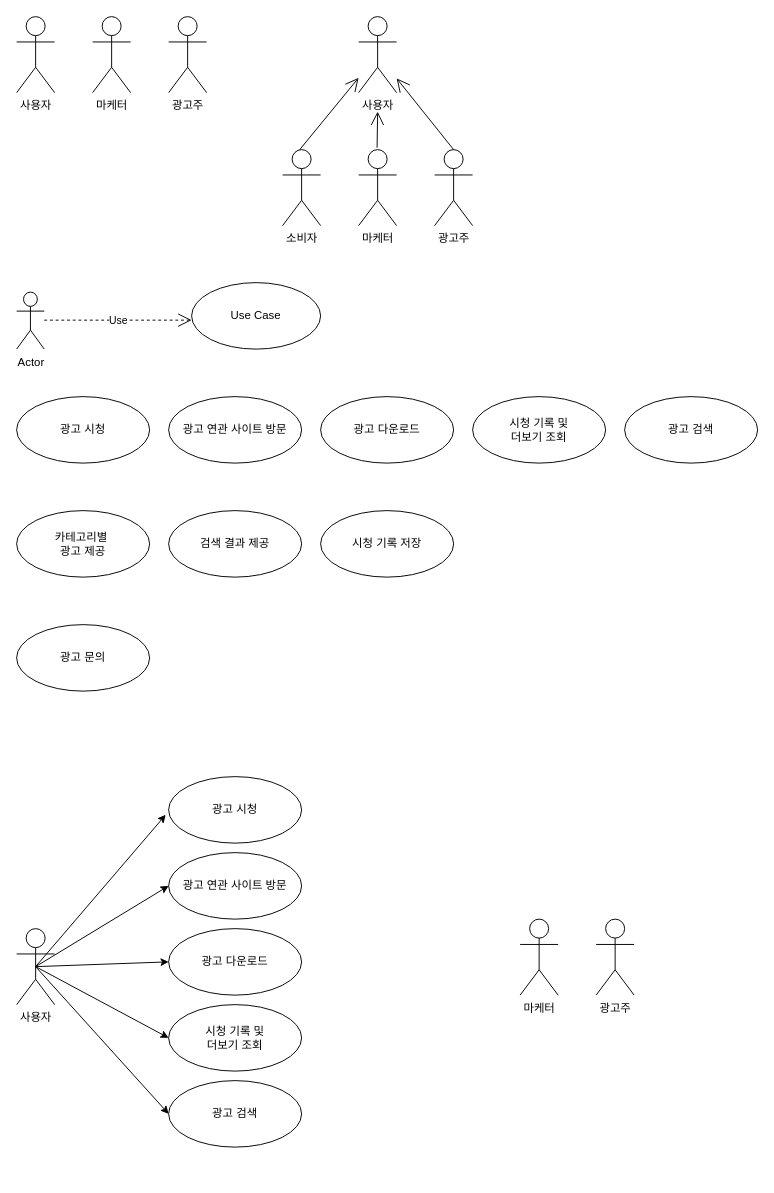
Above: Untitled Diagram.drawio in LEESEONGBOK1214/LSB-Files (draw.io), before the change. Source tidied: cells renumbered, new cells numbered last; positions are measured from the earlier drawing's top-left corner, leaving out a move shared by most shapes. Both pictures are drawn from the tidied source at 95%, with x=0, y=0 at pixel (16, 16).
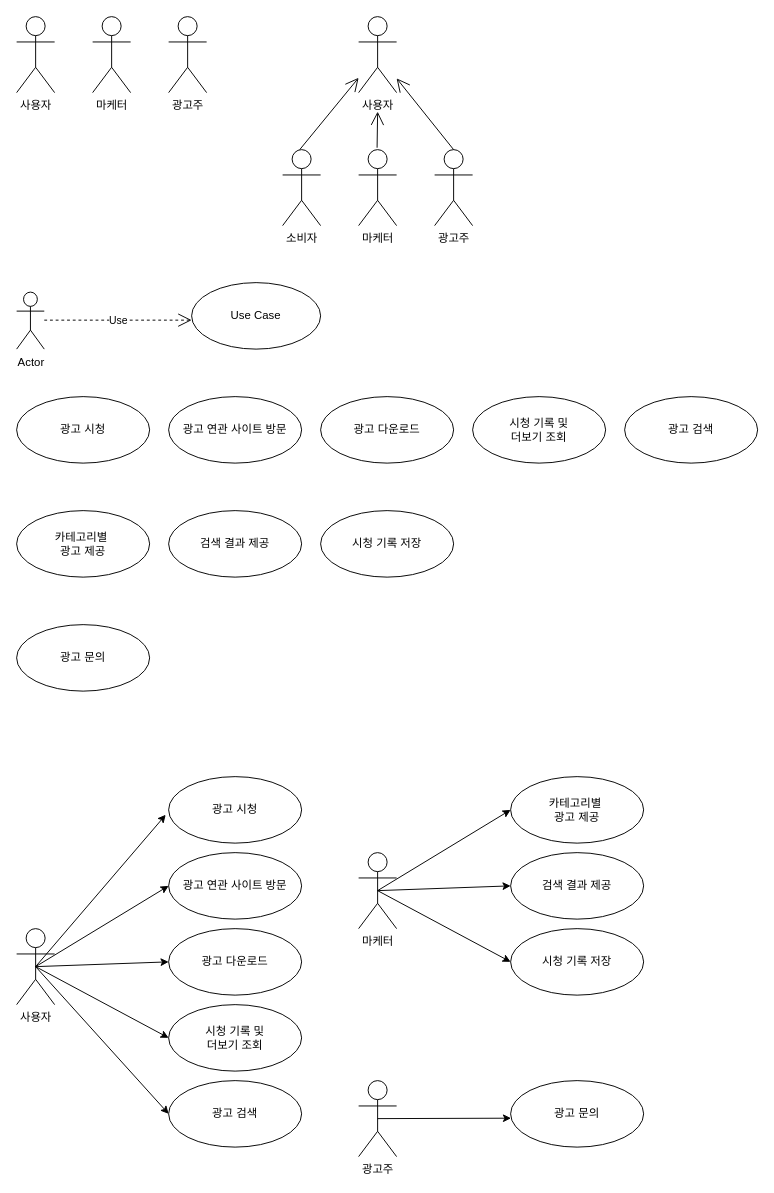
The same diagram, later.

Commit message:
개별 유스케이스 다이어그램.drawio

Change to the diagram source:
```diff
@@
     <mxCell id="26" value="마케터" style="shape=umlActor;verticalLabelPosition=bottom;verticalAlign=top;html=1;" parent="1" vertex="1">
-      <mxGeometry x="530" y="950" width="40" height="80" as="geometry" />
+      <mxGeometry x="360" y="880" width="40" height="80" as="geometry" />
     </mxCell>
     <mxCell id="27" value="광고주" style="shape=umlActor;verticalLabelPosition=bottom;verticalAlign=top;html=1;" parent="1" vertex="1">
-      <mxGeometry x="610" y="950" width="40" height="80" as="geometry" />
+      <mxGeometry x="360" y="1120" width="40" height="80" as="geometry" />
     </mxCell>
@@
+    <mxCell id="38" value="카테고리별&amp;nbsp;&lt;br&gt;광고 제공" style="ellipse;whiteSpace=wrap;html=1;" parent="1" vertex="1">
+      <mxGeometry x="520" y="800" width="140" height="70" as="geometry" />
+    </mxCell>
+    <mxCell id="39" value="검색 결과 제공" style="ellipse;whiteSpace=wrap;html=1;" parent="1" vertex="1">
+      <mxGeometry x="520" y="880" width="140" height="70" as="geometry" />
+    </mxCell>
+    <mxCell id="40" value="시청 기록 저장" style="ellipse;whiteSpace=wrap;html=1;" parent="1" vertex="1">
+      <mxGeometry x="520" y="960" width="140" height="70" as="geometry" />
+    </mxCell>
+    <mxCell id="41" style="endArrow=classic;html=1;entryX=0;entryY=0.5;entryDx=0;entryDy=0;exitX=0.5;exitY=0.5;exitDx=0;exitDy=0;exitPerimeter=0;" parent="1" edge="1" source="26" target="38">
+      <mxGeometry relative="1" as="geometry" />
+    </mxCell>
+    <mxCell id="42" style="endArrow=classic;html=1;exitX=0.5;exitY=0.5;exitDx=0;exitDy=0;exitPerimeter=0;entryX=0;entryY=0.5;entryDx=0;entryDy=0;" parent="1" edge="1" source="26" target="39">
+      <mxGeometry relative="1" as="geometry" />
+    </mxCell>
+    <mxCell id="43" style="endArrow=classic;html=1;entryX=0;entryY=0.5;entryDx=0;entryDy=0;" parent="1" edge="1" target="40">
+      <mxGeometry relative="1" as="geometry">
+        <mxPoint x="380" y="920" as="sourcePoint" />
+      </mxGeometry>
+    </mxCell>
+    <mxCell id="44" value="광고 문의" style="ellipse;whiteSpace=wrap;html=1;" parent="1" vertex="1">
+      <mxGeometry x="520" y="1120" width="140" height="70" as="geometry" />
+    </mxCell>
+    <mxCell id="45" style="endArrow=classic;html=1;entryX=0.003;entryY=0.565;entryDx=0;entryDy=0;exitX=0.5;exitY=0.5;exitDx=0;exitDy=0;exitPerimeter=0;entryPerimeter=0;" parent="1" edge="1" source="27" target="44">
+      <mxGeometry relative="1" as="geometry" />
+    </mxCell>
```
